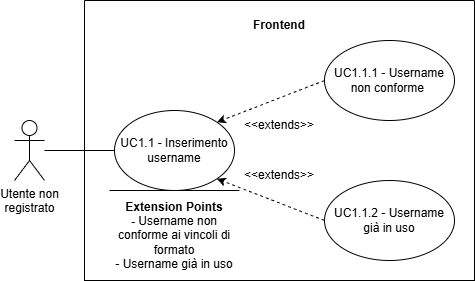
The draw.io diagram assets/diagrams/UC1_1.png in SkarabGroup/DocumentazioneProgetto, before a commit. Source tidied: cells renumbered, new cells last; positions are measured from the earlier drawing's top-left corner, leaving out a move shared by most shapes.
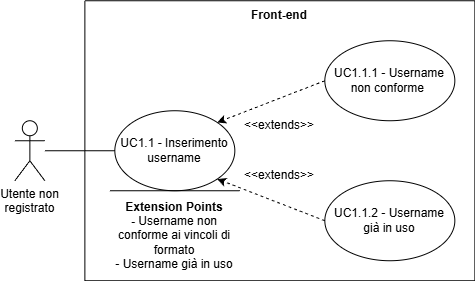
Later version of the same file.

Change to the diagram source:
```diff
@@ -5,40 +5,40 @@
     <mxCell id="2" value="Utente non &lt;br&gt;registrato" style="shape=umlActor;verticalLabelPosition=bottom;verticalAlign=top;html=1;outlineConnect=0;" parent="1" vertex="1">
       <mxGeometry y="120" width="30" height="60" as="geometry" />
     </mxCell>
-    <mxCell id="3" style="swimlane;startSize=0;" parent="1" vertex="1">
-      <mxGeometry x="70" width="390" height="280" as="geometry" />
-    </mxCell>
-    <mxCell id="4" value="Frontend" style="text;html=1;whiteSpace=wrap;strokeColor=none;fillColor=none;align=center;verticalAlign=middle;rounded=0;fontStyle=1;" parent="3" vertex="1">
-      <mxGeometry x="165" y="10" width="60" height="30" as="geometry" />
-    </mxCell>
+    <mxCell id="15" style="swimlane;startSize=0;" parent="1" vertex="1">
+      <mxGeometry x="70" width="390" height="280" as="geometry" />
+    </mxCell>
+    <mxCell id="16" value="Front-end" style="text;html=1;whiteSpace=wrap;strokeColor=none;fillColor=none;align=center;verticalAlign=middle;rounded=0;fontStyle=1;" parent="15" vertex="1">
+      <mxGeometry x="165" width="60" height="30" as="geometry" />
+    </mxCell>
-    <mxCell id="5" value="UC1.1 - Inserimento username" style="ellipse;html=1;whiteSpace=wrap;" parent="3" vertex="1">
+    <mxCell id="5" value="UC1.1 - Inserimento username" style="ellipse;html=1;whiteSpace=wrap;" parent="15" vertex="1">
       <mxGeometry x="30" y="110" width="120" height="80" as="geometry" />
     </mxCell>
-    <mxCell id="6" value="UC1.1.1 - Username non conforme&amp;nbsp;" style="ellipse;whiteSpace=wrap;html=1;" parent="3" vertex="1">
+    <mxCell id="6" value="UC1.1.1 - Username non conforme&amp;nbsp;" style="ellipse;whiteSpace=wrap;html=1;" parent="15" vertex="1">
       <mxGeometry x="240" y="40" width="130" height="80" as="geometry" />
     </mxCell>
-    <mxCell id="7" value="UC1.1.2 - Username già in uso" style="ellipse;whiteSpace=wrap;html=1;" parent="3" vertex="1">
+    <mxCell id="7" value="UC1.1.2 - Username già in uso" style="ellipse;whiteSpace=wrap;html=1;" parent="15" vertex="1">
       <mxGeometry x="240" y="180" width="130" height="80" as="geometry" />
     </mxCell>
-    <mxCell id="8" style="endArrow=classic;html=1;rounded=0;exitX=0;exitY=0.5;exitDx=0;exitDy=0;entryX=1;entryY=0;entryDx=0;entryDy=0;dashed=1;endFill=1;" parent="3" edge="1" source="6" target="5">
+    <mxCell id="8" style="endArrow=classic;html=1;rounded=0;exitX=0;exitY=0.5;exitDx=0;exitDy=0;entryX=1;entryY=0;entryDx=0;entryDy=0;dashed=1;endFill=1;" parent="15" edge="1" source="6" target="5">
       <mxGeometry relative="1" as="geometry" />
     </mxCell>
-    <mxCell id="9" style="endArrow=classic;html=1;rounded=0;exitX=0;exitY=0.5;exitDx=0;exitDy=0;entryX=1;entryY=1;entryDx=0;entryDy=0;dashed=1;endFill=1;" parent="3" edge="1" source="7" target="5">
+    <mxCell id="9" style="endArrow=classic;html=1;rounded=0;exitX=0;exitY=0.5;exitDx=0;exitDy=0;entryX=1;entryY=1;entryDx=0;entryDy=0;dashed=1;endFill=1;" parent="15" edge="1" source="7" target="5">
       <mxGeometry relative="1" as="geometry" />
     </mxCell>
-    <mxCell id="10" style="endArrow=none;html=1;rounded=0;" parent="3" edge="1">
-      <mxGeometry relative="1" as="geometry">
-        <mxPoint x="25" y="190" as="sourcePoint" />
-        <mxPoint x="155" y="190" as="targetPoint" />
-      </mxGeometry>
-    </mxCell>
+    <mxCell id="17" style="endArrow=none;html=1;rounded=0;" parent="15" edge="1">
+      <mxGeometry relative="1" as="geometry">
+        <mxPoint x="25" y="190" as="sourcePoint" />
+        <mxPoint x="155" y="190" as="targetPoint" />
+      </mxGeometry>
+    </mxCell>
-    <mxCell id="11" value="&lt;b&gt;Extension Points&lt;/b&gt;&lt;div&gt;&lt;b&gt;- &lt;/b&gt;Username non conforme ai vincoli di formato&lt;/div&gt;&lt;div&gt;- Username già in uso&lt;/div&gt;" style="text;html=1;whiteSpace=wrap;strokeColor=none;fillColor=none;align=center;verticalAlign=middle;rounded=0;" parent="3" vertex="1">
+    <mxCell id="11" value="&lt;b&gt;Extension Points&lt;/b&gt;&lt;div&gt;&lt;b&gt;- &lt;/b&gt;Username non conforme ai vincoli di formato&lt;/div&gt;&lt;div&gt;- Username già in uso&lt;/div&gt;" style="text;html=1;whiteSpace=wrap;strokeColor=none;fillColor=none;align=center;verticalAlign=middle;rounded=0;" parent="15" vertex="1">
       <mxGeometry x="20" y="190" width="140" height="90" as="geometry" />
     </mxCell>
-    <mxCell id="12" value="&amp;lt;&amp;lt;extends&amp;gt;&amp;gt;" style="text;html=1;whiteSpace=wrap;strokeColor=none;fillColor=none;align=center;verticalAlign=middle;rounded=0;" parent="3" vertex="1">
+    <mxCell id="12" value="&amp;lt;&amp;lt;extends&amp;gt;&amp;gt;" style="text;html=1;whiteSpace=wrap;strokeColor=none;fillColor=none;align=center;verticalAlign=middle;rounded=0;" parent="15" vertex="1">
       <mxGeometry x="165" y="160" width="60" height="30" as="geometry" />
     </mxCell>
-    <mxCell id="13" value="&amp;lt;&amp;lt;extends&amp;gt;&amp;gt;" style="text;html=1;whiteSpace=wrap;strokeColor=none;fillColor=none;align=center;verticalAlign=middle;rounded=0;" parent="3" vertex="1">
+    <mxCell id="13" value="&amp;lt;&amp;lt;extends&amp;gt;&amp;gt;" style="text;html=1;whiteSpace=wrap;strokeColor=none;fillColor=none;align=center;verticalAlign=middle;rounded=0;" parent="15" vertex="1">
       <mxGeometry x="165" y="110" width="60" height="30" as="geometry" />
     </mxCell>
     <mxCell id="14" style="endArrow=none;html=1;rounded=0;entryX=0;entryY=0.5;entryDx=0;entryDy=0;" parent="1" edge="1" source="2" target="5">
```
